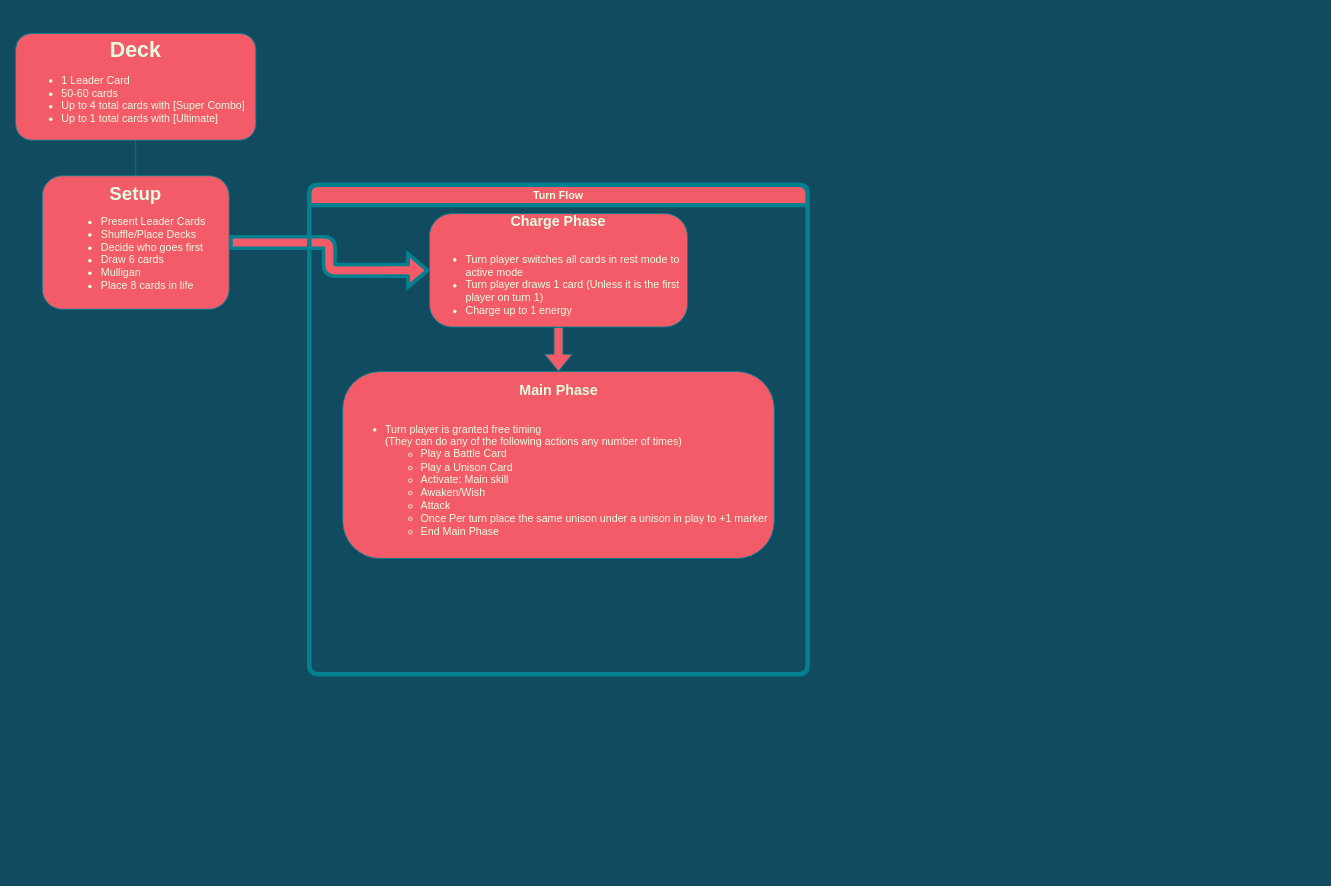
This is page "Base Game Timing" (1 of 5) of diagrams/timing.drawio from Slamerz/Dragon-Ball-Super-Rulings, a draw.io file, before an edit. Source tidied: cells renumbered, new cells numbered last; positions are measured from the earlier drawing's top-left corner, leaving out a move shared by most shapes. Both pictures are drawn from the tidied source at 89%, with x=0, y=0 at pixel (15, 33).
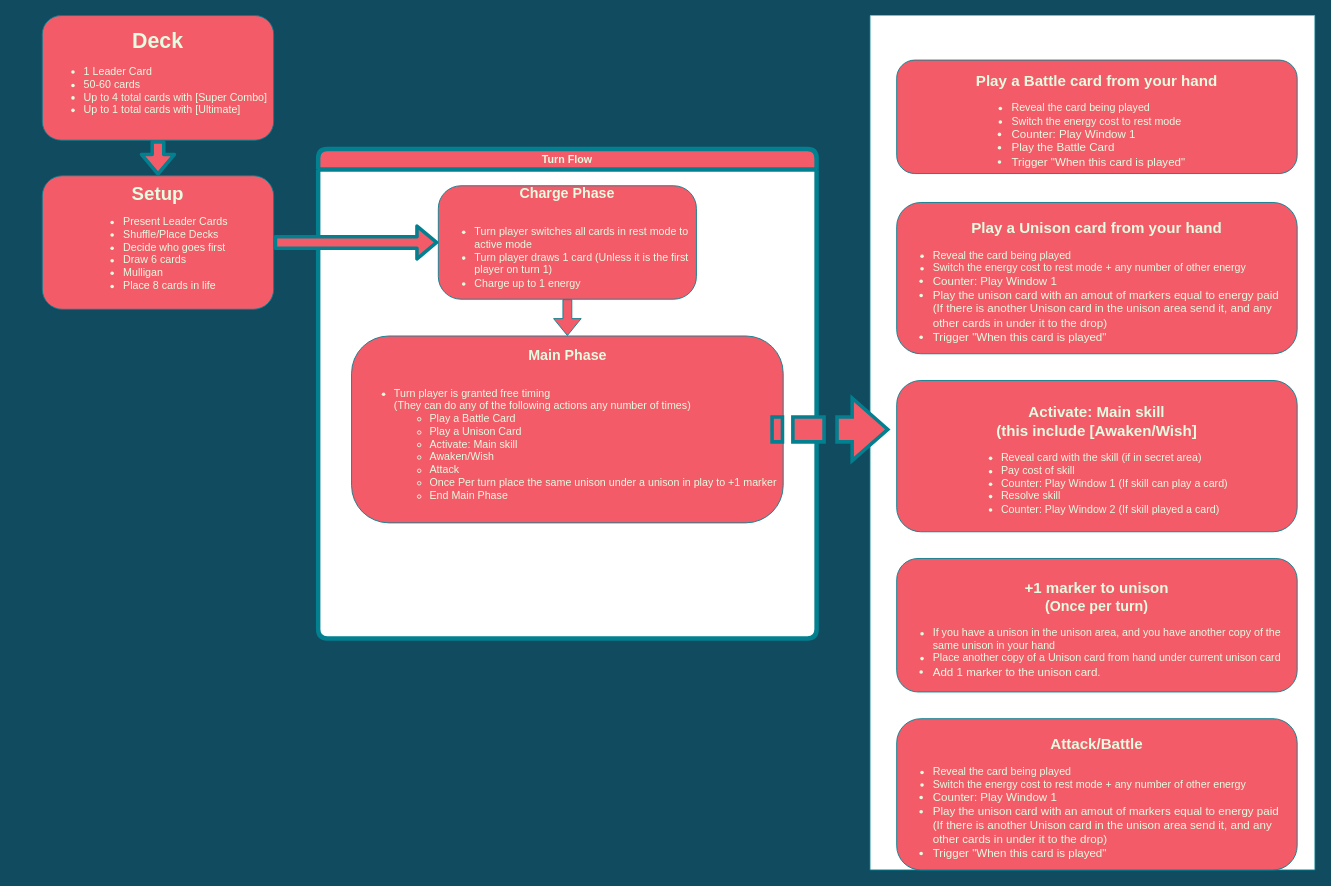
The same diagram, later.

Change to the diagram source:
```diff
@@
 <mxGraphModel background="#114B5F">
   <root>
     <mxCell id="0" />
     <mxCell id="1" parent="0" />
-    <mxCell id="2" style="edgeStyle=orthogonalEdgeStyle;shape=flexArrow;jettySize=auto;html=1;exitX=1;exitY=0.5;exitDx=0;exitDy=0;entryX=0;entryY=0.5;entryDx=0;entryDy=0;fontColor=#FFFFFF;strokeColor=#028090;strokeWidth=4;fillColor=#F45B69;" parent="1" edge="1" source="3" target="8">
-      <mxGeometry relative="1" as="geometry" />
-    </mxCell>
     <mxCell id="3" value="&lt;b style=&quot;font-size: 21px&quot;&gt;Setup&lt;/b&gt;&lt;br&gt;&lt;div&gt;&lt;ul&gt;&lt;li style=&quot;text-align: left&quot;&gt;Present Leader Cards&lt;/li&gt;&lt;li style=&quot;text-align: left&quot;&gt;Shuffle/Place Decks&lt;/li&gt;&lt;li style=&quot;text-align: left&quot;&gt;Decide who goes first&lt;/li&gt;&lt;li style=&quot;text-align: left&quot;&gt;Draw 6 cards&lt;/li&gt;&lt;li style=&quot;text-align: left&quot;&gt;Mulligan&lt;/li&gt;&lt;li style=&quot;text-align: left&quot;&gt;Place 8 cards in life&amp;nbsp;&lt;/li&gt;&lt;/ul&gt;&lt;/div&gt;" style="whiteSpace=wrap;html=1;fontColor=#E4FDE1;strokeColor=#028090;fillColor=#F45B69;align=center;rounded=1;" parent="1" vertex="1">
-      <mxGeometry x="30" y="160" width="210" height="150" as="geometry" />
+      <mxGeometry x="30" y="160" width="260" height="150" as="geometry" />
     </mxCell>
-    <mxCell id="4" style="edgeStyle=orthogonalEdgeStyle;jettySize=auto;html=1;endArrow=none;endFill=0;strokeColor=#028090;fontColor=#E4FDE1;labelBackgroundColor=#114B5F;" parent="1" edge="1" source="5" target="3">
+    <mxCell id="4" style="edgeStyle=orthogonalEdgeStyle;shape=flexArrow;jettySize=auto;html=1;exitX=0.5;exitY=1;exitDx=0;exitDy=0;entryX=0.5;entryY=0;entryDx=0;entryDy=0;fontColor=#FFFFFF;strokeColor=#028090;strokeWidth=4;fillColor=#F45B69;" parent="1" edge="1" source="5" target="3">
       <mxGeometry relative="1" as="geometry" />
     </mxCell>
     <mxCell id="5" value="&lt;font size=&quot;1&quot;&gt;&lt;b style=&quot;font-size: 24px&quot;&gt;Deck&lt;/b&gt;&lt;/font&gt;&lt;br&gt;&lt;ul&gt;&lt;li style=&quot;text-align: left&quot;&gt;1 Leader Card&lt;/li&gt;&lt;li style=&quot;text-align: left&quot;&gt;50-60 cards&lt;/li&gt;&lt;li style=&quot;text-align: left&quot;&gt;Up to 4 total cards with [Super Combo]&lt;/li&gt;&lt;li style=&quot;text-align: left&quot;&gt;Up to 1 total cards with [Ultimate]&lt;/li&gt;&lt;/ul&gt;" style="whiteSpace=wrap;html=1;fontColor=#E4FDE1;strokeColor=#028090;fillColor=#F45B69;align=center;rounded=1;" parent="1" vertex="1">
-      <mxGeometry width="270" height="120" as="geometry" />
+      <mxGeometry x="30" y="-20" width="260" height="140" as="geometry" />
     </mxCell>
-    <mxCell id="6" value="Turn Flow" style="swimlane;fillColor=#F45B69;strokeColor=#028090;fontColor=#E4FDE1;rounded=1;strokeWidth=5;" parent="1" vertex="1">
-      <mxGeometry x="330" y="170" width="560" height="550" as="geometry" />
+    <mxCell id="6" value="Turn Flow" style="swimlane;fillColor=#F45B69;strokeColor=#028090;fontColor=#E4FDE1;rounded=1;strokeWidth=5;swimlaneFillColor=default;" parent="1" vertex="1">
+      <mxGeometry x="340" y="130" width="560" height="550" as="geometry" />
     </mxCell>
     <mxCell id="7" style="edgeStyle=orthogonalEdgeStyle;shape=flexArrow;jettySize=auto;html=1;endArrow=block;endFill=0;strokeColor=#028090;fontColor=#E4FDE1;fillColor=#F45B69;labelBackgroundColor=#114B5F;entryX=0.5;entryY=0;entryDx=0;entryDy=0;" parent="6" edge="1" source="8" target="9">
       <mxGeometry relative="1" as="geometry" />
     </mxCell>
     <mxCell id="8" value="&lt;b&gt;&lt;font style=&quot;font-size: 16px&quot;&gt;Charge Phase&lt;/font&gt;&lt;/b&gt;&lt;br&gt;&lt;br&gt;&lt;div&gt;&lt;ul&gt;&lt;li style=&quot;text-align: left&quot;&gt;Turn player switches all cards in rest mode to active mode&lt;/li&gt;&lt;li style=&quot;text-align: left&quot;&gt;Turn player draws 1 card (Unless it is the first player on turn 1)&lt;/li&gt;&lt;li style=&quot;text-align: left&quot;&gt;Charge up to 1 energy&lt;/li&gt;&lt;/ul&gt;&lt;/div&gt;" style="whiteSpace=wrap;html=1;fontColor=#E4FDE1;strokeColor=#028090;fillColor=#F45B69;rounded=1;arcSize=20;" parent="6" vertex="1">
-      <mxGeometry x="135" y="32.5" width="290" height="127.5" as="geometry" />
+      <mxGeometry x="135" y="41.2" width="290" height="127.5" as="geometry" />
     </mxCell>
     <mxCell id="9" value="&lt;b&gt;&lt;font style=&quot;font-size: 16px&quot;&gt;Main Phase&lt;/font&gt;&lt;/b&gt;&lt;br&gt;&lt;br&gt;&lt;div&gt;&lt;ul&gt;&lt;li style=&quot;text-align: left&quot;&gt;Turn player is granted free timing&lt;br&gt;(They can do any of the following actions any number of times)&lt;/li&gt;&lt;ul&gt;&lt;li style=&quot;text-align: left&quot;&gt;Play a Battle Card&lt;/li&gt;&lt;li style=&quot;text-align: left&quot;&gt;Play a Unison Card&lt;/li&gt;&lt;li style=&quot;text-align: left&quot;&gt;Activate: Main skill&lt;/li&gt;&lt;li style=&quot;text-align: left&quot;&gt;Awaken/Wish&lt;/li&gt;&lt;li style=&quot;text-align: left&quot;&gt;Attack&lt;/li&gt;&lt;li style=&quot;text-align: left&quot;&gt;Once Per turn place the same unison under a unison in play to +1 marker&lt;/li&gt;&lt;li style=&quot;text-align: left&quot;&gt;End Main Phase&lt;/li&gt;&lt;/ul&gt;&lt;/ul&gt;&lt;/div&gt;" style="whiteSpace=wrap;html=1;fontColor=#E4FDE1;strokeColor=#028090;fillColor=#F45B69;rounded=1;arcSize=20;" parent="6" vertex="1">
       <mxGeometry x="37.5" y="210" width="485" height="210" as="geometry" />
     </mxCell>
+    <mxCell id="10" style="swimlane;startSize=0;rounded=0;labelBackgroundColor=none;sketch=0;fontColor=#FFFFFF;strokeColor=#028090;fillColor=default;swimlaneFillColor=default;" parent="1" vertex="1">
+      <mxGeometry x="960" y="-20" width="500" height="960" as="geometry" />
+    </mxCell>
+    <mxCell id="11" value="&lt;b style=&quot;font-size: 17px&quot;&gt;&lt;font style=&quot;font-size: 16px&quot;&gt;&lt;br&gt;&lt;/font&gt;&lt;font style=&quot;font-size: 17px&quot;&gt;Play a Battle card from your hand&lt;br&gt;&lt;/font&gt;&lt;/b&gt;&lt;div&gt;&lt;ul&gt;&lt;li style=&quot;text-align: left&quot;&gt;Reveal the card being played&lt;/li&gt;&lt;li style=&quot;text-align: left&quot;&gt;Switch the energy cost to rest mode&lt;/li&gt;&lt;li style=&quot;font-size: 13px ; text-align: left&quot;&gt;Counter: Play Window 1&lt;/li&gt;&lt;li style=&quot;font-size: 13px ; text-align: left&quot;&gt;Play the Battle Card&lt;br&gt;&lt;/li&gt;&lt;li style=&quot;font-size: 13px ; text-align: left&quot;&gt;Trigger &quot;When this card is played&quot;&lt;/li&gt;&lt;/ul&gt;&lt;/div&gt;" style="whiteSpace=wrap;html=1;fontColor=#E4FDE1;strokeColor=#028090;fillColor=#F45B69;rounded=1;arcSize=16;" parent="10" vertex="1">
+      <mxGeometry x="30" y="50" width="450" height="127.5" as="geometry" />
+    </mxCell>
+    <mxCell id="12" value="&lt;b style=&quot;font-size: 17px&quot;&gt;&lt;font style=&quot;font-size: 16px&quot;&gt;&lt;br&gt;&lt;/font&gt;&lt;font style=&quot;font-size: 17px&quot;&gt;Play a Unison card from your hand&lt;br&gt;&lt;/font&gt;&lt;/b&gt;&lt;div&gt;&lt;ul&gt;&lt;li style=&quot;text-align: left&quot;&gt;Reveal the card being played&lt;/li&gt;&lt;li style=&quot;text-align: left&quot;&gt;Switch the energy cost to rest mode + any number of other energy&lt;/li&gt;&lt;li style=&quot;font-size: 13px ; text-align: left&quot;&gt;Counter: Play Window 1&lt;/li&gt;&lt;li style=&quot;font-size: 13px ; text-align: left&quot;&gt;Play the unison card with an amout of markers equal to energy paid&lt;br&gt;(If there is another Unison card in the unison area send it, and any other cards in under it to the drop)&lt;/li&gt;&lt;li style=&quot;font-size: 13px ; text-align: left&quot;&gt;Trigger &quot;When this card is played&quot;&lt;/li&gt;&lt;/ul&gt;&lt;/div&gt;" style="whiteSpace=wrap;html=1;fontColor=#E4FDE1;strokeColor=#028090;fillColor=#F45B69;rounded=1;arcSize=16;" parent="10" vertex="1">
+      <mxGeometry x="30" y="210" width="450" height="170" as="geometry" />
+    </mxCell>
+    <mxCell id="13" value="&lt;b style=&quot;font-size: 17px&quot;&gt;&lt;font style=&quot;font-size: 16px&quot;&gt;&lt;br&gt;&lt;/font&gt;&lt;font style=&quot;font-size: 17px&quot;&gt;Activate: Main skill&lt;br&gt;(this include [Awaken/Wish]&lt;br&gt;&lt;/font&gt;&lt;/b&gt;&lt;div&gt;&lt;ul&gt;&lt;li style=&quot;text-align: left&quot;&gt;&lt;span&gt;Reveal card with the skill (if in secret area)&lt;/span&gt;&lt;/li&gt;&lt;li style=&quot;text-align: left&quot;&gt;&lt;span&gt;Pay cost of skill&lt;/span&gt;&lt;/li&gt;&lt;li style=&quot;text-align: left&quot;&gt;&lt;span&gt;Counter: Play Window 1 (If skill can play a card)&lt;/span&gt;&lt;/li&gt;&lt;li style=&quot;text-align: left&quot;&gt;&lt;span&gt;Resolve skill&lt;/span&gt;&lt;/li&gt;&lt;li style=&quot;text-align: left&quot;&gt;&lt;span&gt;Counter: Play Window 2 (If skill played a card)&lt;/span&gt;&lt;/li&gt;&lt;/ul&gt;&lt;/div&gt;" style="whiteSpace=wrap;html=1;fontColor=#E4FDE1;strokeColor=#028090;fillColor=#F45B69;rounded=1;arcSize=16;align=center;" parent="10" vertex="1">
+      <mxGeometry x="30" y="410" width="450" height="170" as="geometry" />
+    </mxCell>
+    <mxCell id="14" value="&lt;b style=&quot;font-size: 17px&quot;&gt;&lt;font style=&quot;font-size: 16px&quot;&gt;&lt;br&gt;&lt;/font&gt;&lt;/b&gt;&lt;span style=&quot;text-align: left&quot;&gt;&lt;span style=&quot;font-size: 17px&quot;&gt;&lt;b&gt;+1 marker to unison&lt;br&gt;&lt;/b&gt;&lt;/span&gt;&lt;/span&gt;&lt;b style=&quot;font-size: 17px&quot;&gt;&lt;font style=&quot;font-size: 16px&quot;&gt;(Once per turn)&lt;br&gt;&lt;/font&gt;&lt;/b&gt;&lt;div&gt;&lt;ul&gt;&lt;li style=&quot;text-align: left&quot;&gt;If you have a unison in the unison area, and you have another copy of the same unison in your hand&lt;/li&gt;&lt;li style=&quot;text-align: left&quot;&gt;Place another copy of a Unison card from hand under current unison card&lt;/li&gt;&lt;li style=&quot;font-size: 13px ; text-align: left&quot;&gt;Add 1 marker to the unison card.&lt;/li&gt;&lt;/ul&gt;&lt;/div&gt;" style="whiteSpace=wrap;html=1;fontColor=#E4FDE1;strokeColor=#028090;fillColor=#F45B69;rounded=1;arcSize=16;" parent="10" vertex="1">
+      <mxGeometry x="30" y="610" width="450" height="150" as="geometry" />
+    </mxCell>
+    <mxCell id="15" value="&lt;b style=&quot;font-size: 17px&quot;&gt;&lt;font style=&quot;font-size: 16px&quot;&gt;&lt;br&gt;&lt;/font&gt;&lt;font style=&quot;font-size: 17px&quot;&gt;Attack/Battle&lt;br&gt;&lt;/font&gt;&lt;/b&gt;&lt;div&gt;&lt;ul&gt;&lt;li style=&quot;text-align: left&quot;&gt;Reveal the card being played&lt;/li&gt;&lt;li style=&quot;text-align: left&quot;&gt;Switch the energy cost to rest mode + any number of other energy&lt;/li&gt;&lt;li style=&quot;font-size: 13px ; text-align: left&quot;&gt;Counter: Play Window 1&lt;/li&gt;&lt;li style=&quot;font-size: 13px ; text-align: left&quot;&gt;Play the unison card with an amout of markers equal to energy paid&lt;br&gt;(If there is another Unison card in the unison area send it, and any other cards in under it to the drop)&lt;/li&gt;&lt;li style=&quot;font-size: 13px ; text-align: left&quot;&gt;Trigger &quot;When this card is played&quot;&lt;/li&gt;&lt;/ul&gt;&lt;/div&gt;" style="whiteSpace=wrap;html=1;fontColor=#E4FDE1;strokeColor=#028090;fillColor=#F45B69;rounded=1;arcSize=16;" parent="10" vertex="1">
+      <mxGeometry x="30" y="790" width="450" height="170" as="geometry" />
+    </mxCell>
+    <mxCell id="2" style="edgeStyle=orthogonalEdgeStyle;shape=flexArrow;jettySize=auto;html=1;exitX=1;exitY=0.5;exitDx=0;exitDy=0;entryX=0;entryY=0.5;entryDx=0;entryDy=0;fontColor=#FFFFFF;strokeColor=#028090;strokeWidth=4;fillColor=#F45B69;" parent="1" edge="1" source="3" target="8">
+      <mxGeometry relative="1" as="geometry" />
+    </mxCell>
+    <mxCell id="16" style="html=1;align=center;verticalAlign=middle;shape=mxgraph.arrows2.stripedArrow;dy=0.6;dx=40;notch=73;rounded=1;labelBackgroundColor=rgb(42, 42, 42);fontColor=#FFFFFF;strokeColor=#028090;fillColor=#F45B69;gradientColor=none;fontSize=11;strokeWidth=4;endArrow=classic;" parent="1" vertex="1">
+      <mxGeometry x="850" y="410" width="130" height="70" as="geometry" />
+    </mxCell>
   </root>
 </mxGraphModel>
```
